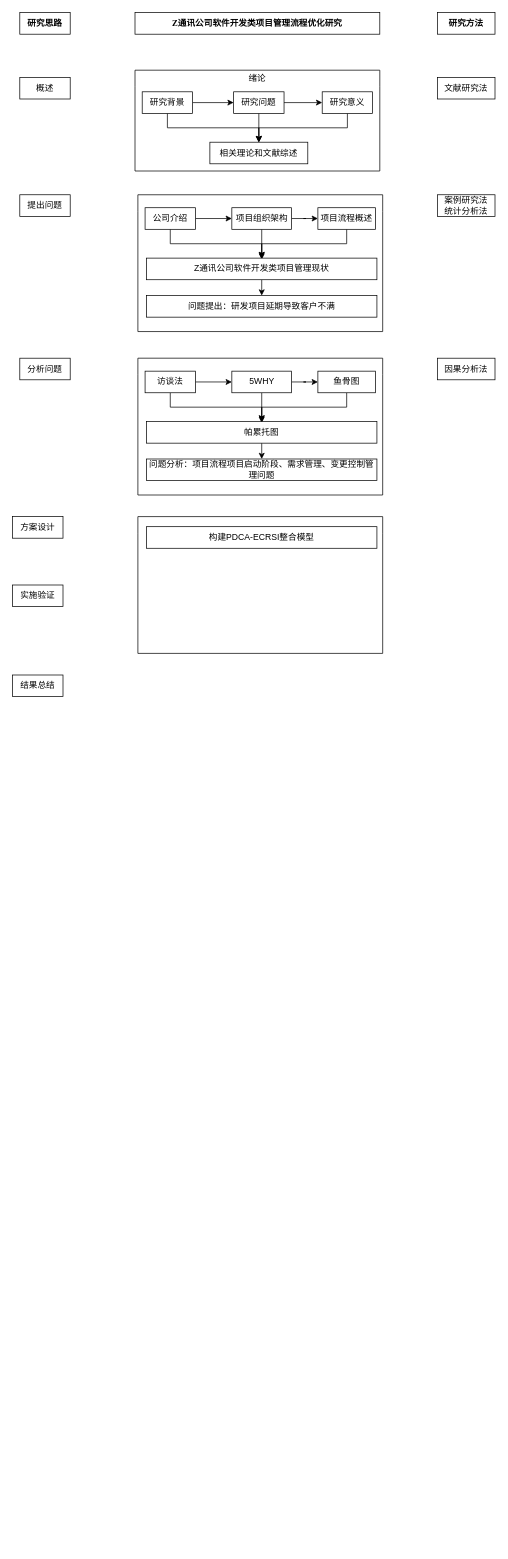
Above: 技术路线图.drawio in zhengt666/homework (draw.io), before the change. Source tidied: cells renumbered, new cells numbered last; positions are measured from the earlier drawing's top-left corner, leaving out a move shared by most shapes. Both pictures are drawn from the tidied source at 72%, with x=0, y=0 at pixel (12, 12).
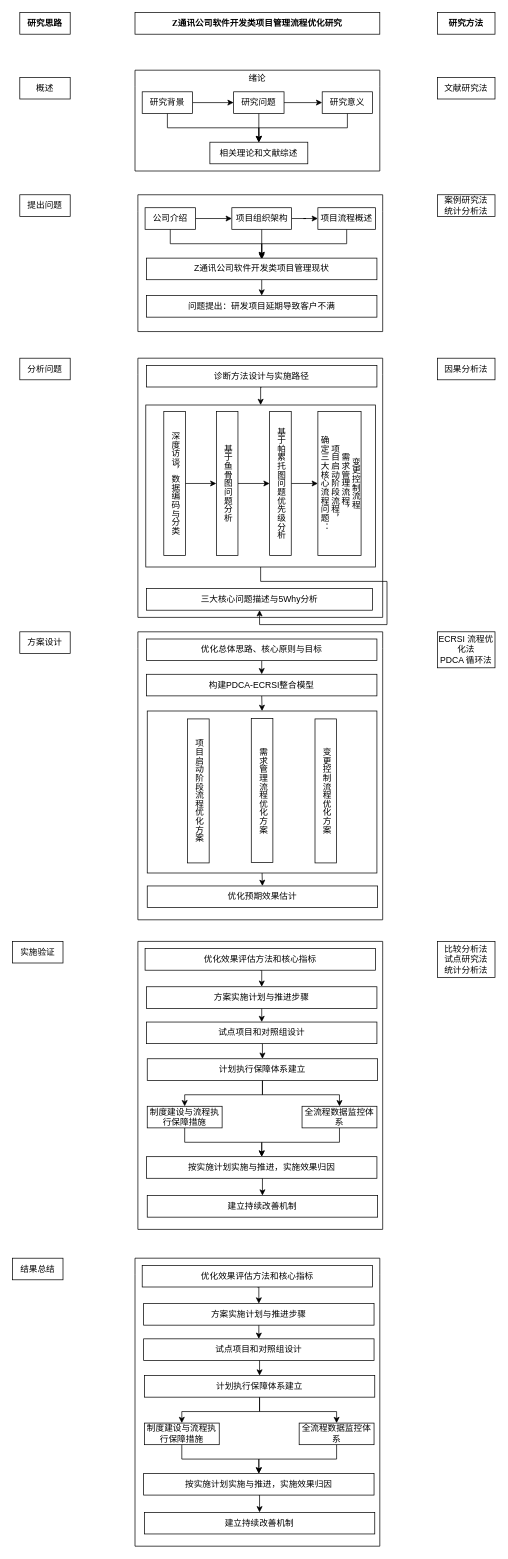
The same diagram, later.

Commit message:
更新技术路线图.drawio

Diff of the diagram source:
```diff
@@
     <mxCell id="9" value="实施验证" style="rounded=0;whiteSpace=wrap;html=1;" parent="1" vertex="1">
-      <mxGeometry y="795" width="70" height="30" as="geometry" />
+      <mxGeometry y="1290" width="70" height="30" as="geometry" />
     </mxCell>
     <mxCell id="10" value="结果总结" style="rounded=0;whiteSpace=wrap;html=1;" parent="1" vertex="1">
-      <mxGeometry y="920" width="70" height="30" as="geometry" />
+      <mxGeometry y="1730" width="70" height="30" as="geometry" />
     </mxCell>
@@
     <mxCell id="21" value="方案设计" style="rounded=0;whiteSpace=wrap;html=1;" parent="1" vertex="1">
-      <mxGeometry y="700" width="70" height="30" as="geometry" />
+      <mxGeometry x="10" y="860" width="70" height="30" as="geometry" />
     </mxCell>
@@
     <mxCell id="35" style="swimlane;whiteSpace=wrap;html=1;startSize=23;backgroundOutline=0;fixedHeader=0;fillColor=none;swimlaneLine=0;" parent="1" vertex="1">
-      <mxGeometry x="174" y="480" width="340" height="190" as="geometry" />
+      <mxGeometry x="174" y="480" width="340" height="360" as="geometry" />
     </mxCell>
-    <mxCell id="36" style="edgeStyle=orthogonalEdgeStyle;rounded=0;jettySize=auto;html=1;fontFamily=Helvetica;fontSize=12;fontColor=default;fontStyle=1;" parent="35" edge="1" source="38" target="41">
-      <mxGeometry relative="1" as="geometry" />
-    </mxCell>
-    <mxCell id="37" style="edgeStyle=orthogonalEdgeStyle;rounded=0;jettySize=auto;html=1;exitX=0.5;exitY=1;exitDx=0;exitDy=0;fontFamily=Helvetica;fontSize=12;fontColor=default;fontStyle=1;" parent="35" edge="1" source="38" target="45">
-      <mxGeometry relative="1" as="geometry" />
-    </mxCell>
-    <mxCell id="38" value="访谈法" style="rounded=0;whiteSpace=wrap;html=1;" parent="35" vertex="1">
-      <mxGeometry x="10" y="18" width="70" height="30" as="geometry" />
-    </mxCell>
-    <mxCell id="39" style="edgeStyle=orthogonalEdgeStyle;rounded=0;jettySize=auto;html=1;fontFamily=Helvetica;fontSize=12;fontColor=default;fontStyle=1;" parent="35" edge="1" source="41" target="43">
-      <mxGeometry relative="1" as="geometry" />
-    </mxCell>
-    <mxCell id="40" style="edgeStyle=orthogonalEdgeStyle;rounded=0;jettySize=auto;html=1;exitX=0.5;exitY=1;exitDx=0;exitDy=0;fontFamily=Helvetica;fontSize=12;fontColor=default;fontStyle=1;" parent="35" edge="1" source="41">
-      <mxGeometry relative="1" as="geometry">
-        <mxPoint x="172" y="90" as="targetPoint" />
-      </mxGeometry>
-    </mxCell>
-    <mxCell id="41" value="5WHY" style="rounded=0;whiteSpace=wrap;html=1;" parent="35" vertex="1">
-      <mxGeometry x="130.5" y="18" width="83" height="30" as="geometry" />
-    </mxCell>
-    <mxCell id="42" style="edgeStyle=orthogonalEdgeStyle;rounded=0;jettySize=auto;html=1;exitX=0.5;exitY=1;exitDx=0;exitDy=0;entryX=0.5;entryY=0;entryDx=0;entryDy=0;fontFamily=Helvetica;fontSize=12;fontColor=default;fontStyle=1;" parent="35" edge="1" source="43" target="45">
-      <mxGeometry relative="1" as="geometry" />
-    </mxCell>
-    <mxCell id="43" value="鱼骨图" style="rounded=0;whiteSpace=wrap;html=1;" parent="35" vertex="1">
-      <mxGeometry x="250" y="18" width="80" height="30" as="geometry" />
-    </mxCell>
-    <mxCell id="44" style="edgeStyle=orthogonalEdgeStyle;rounded=0;jettySize=auto;html=1;exitX=0.5;exitY=1;exitDx=0;exitDy=0;entryX=0.5;entryY=0;entryDx=0;entryDy=0;fontFamily=Helvetica;fontSize=12;fontColor=default;fontStyle=1;" parent="35" edge="1" source="45" target="46">
-      <mxGeometry relative="1" as="geometry" />
-    </mxCell>
-    <mxCell id="45" value="帕累托图" style="rounded=0;whiteSpace=wrap;html=1;" parent="35" vertex="1">
-      <mxGeometry x="12" y="88" width="320" height="30" as="geometry" />
-    </mxCell>
-    <mxCell id="46" value="问题分析：项目流程项目启动阶段、需求管理、变更控制管理问题" style="rounded=0;whiteSpace=wrap;html=1;" parent="35" vertex="1">
-      <mxGeometry x="12" y="140" width="320" height="30" as="geometry" />
-    </mxCell>
+    <mxCell id="50" style="edgeStyle=orthogonalEdgeStyle;rounded=0;jettySize=auto;html=1;exitX=0.5;exitY=1;exitDx=0;exitDy=0;entryX=0.5;entryY=0;entryDx=0;entryDy=0;" parent="35" edge="1" source="51" target="61">
+      <mxGeometry relative="1" as="geometry" />
+    </mxCell>
+    <mxCell id="51" style="rounded=0;whiteSpace=wrap;html=1;" parent="35" vertex="1">
+      <mxGeometry x="11" y="65" width="319" height="225" as="geometry" />
+    </mxCell>
+    <mxCell id="52" style="edgeStyle=orthogonalEdgeStyle;rounded=0;jettySize=auto;html=1;exitX=0.5;exitY=1;exitDx=0;exitDy=0;entryX=0.5;entryY=0;entryDx=0;entryDy=0;" parent="35" edge="1" source="53" target="51">
+      <mxGeometry relative="1" as="geometry" />
+    </mxCell>
+    <mxCell id="53" value="诊断方法设计与实施路径" style="rounded=0;whiteSpace=wrap;html=1;" parent="35" vertex="1">
+      <mxGeometry x="12" y="10" width="320" height="30" as="geometry" />
+    </mxCell>
+    <mxCell id="54" style="edgeStyle=orthogonalEdgeStyle;rounded=0;jettySize=auto;html=1;exitX=0.5;exitY=0;exitDx=0;exitDy=0;entryX=0.5;entryY=1;entryDx=0;entryDy=0;" parent="35" edge="1" source="55" target="57">
+      <mxGeometry relative="1" as="geometry" />
+    </mxCell>
+    <mxCell id="55" value="深度访谈，数据编码与分类" style="rounded=0;whiteSpace=wrap;html=1;direction=south;textDirection=vertical-lr;" parent="35" vertex="1">
+      <mxGeometry x="36" y="74" width="30" height="200" as="geometry" />
+    </mxCell>
+    <mxCell id="56" style="edgeStyle=orthogonalEdgeStyle;rounded=0;jettySize=auto;html=1;exitX=0.5;exitY=0;exitDx=0;exitDy=0;entryX=0.5;entryY=1;entryDx=0;entryDy=0;" parent="35" edge="1" source="57" target="59">
+      <mxGeometry relative="1" as="geometry" />
+    </mxCell>
+    <mxCell id="57" value="基于鱼骨图问题分析" style="rounded=0;whiteSpace=wrap;html=1;direction=south;textDirection=vertical-lr;" parent="35" vertex="1">
+      <mxGeometry x="109" y="74" width="30" height="200" as="geometry" />
+    </mxCell>
+    <mxCell id="58" style="edgeStyle=orthogonalEdgeStyle;rounded=0;jettySize=auto;html=1;exitX=0.5;exitY=0;exitDx=0;exitDy=0;entryX=0.5;entryY=1;entryDx=0;entryDy=0;" parent="35" edge="1" source="59" target="60">
+      <mxGeometry relative="1" as="geometry" />
+    </mxCell>
+    <mxCell id="59" value="基于帕累托图问题优先级分析" style="rounded=0;whiteSpace=wrap;html=1;direction=south;textDirection=vertical-lr;" parent="35" vertex="1">
+      <mxGeometry x="183" y="74" width="30" height="200" as="geometry" />
+    </mxCell>
+    <mxCell id="60" value="确定三大核心流程问题：&lt;div&gt;项目启动阶段流程，&lt;/div&gt;&lt;div&gt;需求管理流程，&lt;/div&gt;&lt;div&gt;变更控制流程&lt;/div&gt;" style="rounded=0;whiteSpace=wrap;html=1;direction=south;textDirection=vertical-lr;" parent="35" vertex="1">
+      <mxGeometry x="250" y="74" width="60" height="200" as="geometry" />
+    </mxCell>
+    <mxCell id="61" value="三大核心问题描述与5Why分析" style="rounded=0;whiteSpace=wrap;html=1;direction=west;flipH=1;legacyAnchorPoints=0;flipV=1;" parent="35" vertex="1">
+      <mxGeometry x="12" y="320" width="314" height="30" as="geometry" />
+    </mxCell>
@@
     <mxCell id="48" style="swimlane;whiteSpace=wrap;html=1;startSize=23;backgroundOutline=0;fixedHeader=0;fillColor=none;swimlaneLine=0;" parent="1" vertex="1">
-      <mxGeometry x="174" y="700" width="340" height="190" as="geometry" />
+      <mxGeometry x="174" y="860" width="340" height="400" as="geometry" />
     </mxCell>
+    <mxCell id="62" style="edgeStyle=orthogonalEdgeStyle;rounded=0;jettySize=auto;html=1;exitX=0.5;exitY=1;exitDx=0;exitDy=0;entryX=0.5;entryY=0;entryDx=0;entryDy=0;" parent="48" edge="1" source="49" target="68">
+      <mxGeometry relative="1" as="geometry" />
+    </mxCell>
     <mxCell id="49" value="构建PDCA-ECRSI整合模型" style="rounded=0;whiteSpace=wrap;html=1;" parent="48" vertex="1">
-      <mxGeometry x="12" y="14" width="320" height="30" as="geometry" />
+      <mxGeometry x="12" y="59" width="320" height="30" as="geometry" />
     </mxCell>
+    <mxCell id="63" style="edgeStyle=orthogonalEdgeStyle;rounded=0;jettySize=auto;html=1;exitX=0.5;exitY=1;exitDx=0;exitDy=0;entryX=0.5;entryY=0;entryDx=0;entryDy=0;" parent="48" edge="1" source="64" target="49">
+      <mxGeometry relative="1" as="geometry" />
+    </mxCell>
+    <mxCell id="64" value="&lt;font face=&quot;Helvetica&quot;&gt;优化总体思路、核心原则与目标&lt;/font&gt;" style="rounded=0;whiteSpace=wrap;html=1;" parent="48" vertex="1">
+      <mxGeometry x="12" y="10" width="320" height="30" as="geometry" />
+    </mxCell>
+    <mxCell id="65" value="优化预期效果估计" style="rounded=0;whiteSpace=wrap;html=1;" parent="48" vertex="1">
+      <mxGeometry x="13" y="353" width="320" height="30" as="geometry" />
+    </mxCell>
+    <mxCell id="66" style="group;" parent="48" vertex="1">
+      <mxGeometry x="13" y="109" width="319" height="225" as="geometry" />
+    </mxCell>
+    <mxCell id="67" style="group;" parent="66" vertex="1">
+      <mxGeometry y="1" width="319" height="225" as="geometry" />
+    </mxCell>
+    <mxCell id="68" style="rounded=0;whiteSpace=wrap;html=1;" parent="67" vertex="1">
+      <mxGeometry width="319" height="225" as="geometry" />
+    </mxCell>
+    <mxCell id="69" value="项目启动阶段流程优化方案" style="rounded=0;whiteSpace=wrap;html=1;direction=south;textDirection=vertical-lr;" parent="67" vertex="1">
+      <mxGeometry x="56" y="11" width="30" height="200" as="geometry" />
+    </mxCell>
+    <mxCell id="70" value="需求管理流程优化方案" style="rounded=0;whiteSpace=wrap;html=1;direction=south;textDirection=vertical-lr;" parent="67" vertex="1">
+      <mxGeometry x="144.5" y="10.5" width="30" height="200" as="geometry" />
+    </mxCell>
+    <mxCell id="71" value="变更控制流程优化方案" style="rounded=0;whiteSpace=wrap;html=1;direction=south;textDirection=vertical-lr;" parent="67" vertex="1">
+      <mxGeometry x="233" y="11" width="30" height="200" as="geometry" />
+    </mxCell>
+    <mxCell id="72" style="edgeStyle=orthogonalEdgeStyle;rounded=0;jettySize=auto;html=1;exitX=0.5;exitY=1;exitDx=0;exitDy=0;entryX=0.5;entryY=0;entryDx=0;entryDy=0;" parent="48" edge="1" source="68" target="65">
+      <mxGeometry relative="1" as="geometry" />
+    </mxCell>
+    <mxCell id="73" value="ECRSI 流程优化法&lt;div&gt;PDCA 循环法&lt;/div&gt;" style="rounded=0;whiteSpace=wrap;html=1;" parent="1" vertex="1">
+      <mxGeometry x="590" y="860" width="80" height="50" as="geometry" />
+    </mxCell>
+    <mxCell id="74" style="swimlane;whiteSpace=wrap;html=1;startSize=23;backgroundOutline=0;fixedHeader=0;fillColor=none;swimlaneLine=0;" parent="1" vertex="1">
+      <mxGeometry x="174" y="1290" width="340" height="400" as="geometry" />
+    </mxCell>
+    <mxCell id="75" style="edgeStyle=orthogonalEdgeStyle;rounded=0;jettySize=auto;html=1;exitX=0.5;exitY=1;exitDx=0;exitDy=0;entryX=0.5;entryY=0;entryDx=0;entryDy=0;" parent="74" edge="1" source="76" target="82">
+      <mxGeometry relative="1" as="geometry" />
+    </mxCell>
+    <mxCell id="76" value="试点项目和对照组设计" style="rounded=0;whiteSpace=wrap;html=1;" parent="74" vertex="1">
+      <mxGeometry x="12" y="112" width="320" height="30" as="geometry" />
+    </mxCell>
+    <mxCell id="77" style="edgeStyle=orthogonalEdgeStyle;rounded=0;jettySize=auto;html=1;exitX=0.5;exitY=1;exitDx=0;exitDy=0;entryX=0.5;entryY=0;entryDx=0;entryDy=0;" parent="74" edge="1" source="78" target="76">
+      <mxGeometry relative="1" as="geometry" />
+    </mxCell>
+    <mxCell id="78" value="&lt;font face=&quot;Helvetica&quot;&gt;方案实施计划与推进步骤&lt;/font&gt;" style="rounded=0;whiteSpace=wrap;html=1;" parent="74" vertex="1">
+      <mxGeometry x="12" y="63" width="320" height="30" as="geometry" />
+    </mxCell>
+    <mxCell id="79" value="建立持续改善机制" style="rounded=0;whiteSpace=wrap;html=1;" parent="74" vertex="1">
+      <mxGeometry x="13" y="353" width="320" height="30" as="geometry" />
+    </mxCell>
+    <mxCell id="80" style="edgeStyle=orthogonalEdgeStyle;rounded=0;jettySize=auto;html=1;exitX=0.5;exitY=1;exitDx=0;exitDy=0;entryX=0.5;entryY=0;entryDx=0;entryDy=0;" parent="74" edge="1" source="82" target="84">
+      <mxGeometry relative="1" as="geometry" />
+    </mxCell>
+    <mxCell id="81" style="edgeStyle=orthogonalEdgeStyle;rounded=0;jettySize=auto;html=1;exitX=0.5;exitY=1;exitDx=0;exitDy=0;entryX=0.5;entryY=0;entryDx=0;entryDy=0;" parent="74" edge="1" source="82" target="86">
+      <mxGeometry relative="1" as="geometry" />
+    </mxCell>
+    <mxCell id="82" value="计划执行保障体系建立" style="rounded=0;whiteSpace=wrap;html=1;" parent="74" vertex="1">
+      <mxGeometry x="13" y="163" width="320" height="30" as="geometry" />
+    </mxCell>
+    <mxCell id="83" style="edgeStyle=orthogonalEdgeStyle;rounded=0;jettySize=auto;html=1;exitX=0.5;exitY=1;exitDx=0;exitDy=0;" parent="74" edge="1" source="84" target="90">
+      <mxGeometry relative="1" as="geometry" />
+    </mxCell>
+    <mxCell id="84" value="&lt;font style=&quot;&quot; face=&quot;Helvetica&quot;&gt;制度建设与流程执行保障措施&lt;/font&gt;" style="rounded=0;whiteSpace=wrap;html=1;" parent="74" vertex="1">
+      <mxGeometry x="13" y="229" width="104" height="30" as="geometry" />
+    </mxCell>
+    <mxCell id="85" style="edgeStyle=orthogonalEdgeStyle;rounded=0;jettySize=auto;html=1;exitX=0.5;exitY=1;exitDx=0;exitDy=0;" parent="74" edge="1" source="86" target="90">
+      <mxGeometry relative="1" as="geometry" />
+    </mxCell>
+    <mxCell id="86" value="&lt;font style=&quot;&quot; face=&quot;Helvetica&quot;&gt;全流程数据监控体系&lt;/font&gt;" style="rounded=0;whiteSpace=wrap;html=1;" parent="74" vertex="1">
+      <mxGeometry x="228" y="229" width="104" height="30" as="geometry" />
+    </mxCell>
+    <mxCell id="87" style="edgeStyle=orthogonalEdgeStyle;rounded=0;jettySize=auto;html=1;exitX=0.5;exitY=1;exitDx=0;exitDy=0;entryX=0.5;entryY=0;entryDx=0;entryDy=0;" parent="74" edge="1" source="88" target="78">
+      <mxGeometry relative="1" as="geometry" />
+    </mxCell>
+    <mxCell id="88" value="&lt;font face=&quot;Helvetica&quot;&gt;优化效果评估方法和核心指标&lt;/font&gt;" style="rounded=0;whiteSpace=wrap;html=1;" parent="74" vertex="1">
+      <mxGeometry x="10" y="10" width="320" height="30" as="geometry" />
+    </mxCell>
+    <mxCell id="89" style="edgeStyle=orthogonalEdgeStyle;rounded=0;jettySize=auto;html=1;exitX=0.5;exitY=1;exitDx=0;exitDy=0;entryX=0.5;entryY=0;entryDx=0;entryDy=0;" parent="74" edge="1" source="90" target="79">
+      <mxGeometry relative="1" as="geometry" />
+    </mxCell>
+    <mxCell id="90" value="按实施计划实施与推进，实施效果归因" style="rounded=0;whiteSpace=wrap;html=1;" parent="74" vertex="1">
+      <mxGeometry x="12" y="299" width="320" height="30" as="geometry" />
+    </mxCell>
+    <mxCell id="91" value="比较分析法&lt;div&gt;试点研究法&lt;/div&gt;&lt;div&gt;统计分析法&lt;/div&gt;" style="rounded=0;whiteSpace=wrap;html=1;" parent="1" vertex="1">
+      <mxGeometry x="590" y="1290" width="80" height="50" as="geometry" />
+    </mxCell>
+    <mxCell id="92" style="swimlane;whiteSpace=wrap;html=1;startSize=23;backgroundOutline=0;fixedHeader=0;fillColor=none;swimlaneLine=0;" parent="1" vertex="1">
+      <mxGeometry x="170" y="1730" width="340" height="400" as="geometry" />
+    </mxCell>
+    <mxCell id="93" style="edgeStyle=orthogonalEdgeStyle;rounded=0;jettySize=auto;html=1;exitX=0.5;exitY=1;exitDx=0;exitDy=0;entryX=0.5;entryY=0;entryDx=0;entryDy=0;" parent="92" edge="1" source="94" target="100">
+      <mxGeometry relative="1" as="geometry" />
+    </mxCell>
+    <mxCell id="94" value="试点项目和对照组设计" style="rounded=0;whiteSpace=wrap;html=1;" parent="92" vertex="1">
+      <mxGeometry x="12" y="112" width="320" height="30" as="geometry" />
+    </mxCell>
+    <mxCell id="95" style="edgeStyle=orthogonalEdgeStyle;rounded=0;jettySize=auto;html=1;exitX=0.5;exitY=1;exitDx=0;exitDy=0;entryX=0.5;entryY=0;entryDx=0;entryDy=0;" parent="92" edge="1" source="96" target="94">
+      <mxGeometry relative="1" as="geometry" />
+    </mxCell>
+    <mxCell id="96" value="&lt;font face=&quot;Helvetica&quot;&gt;方案实施计划与推进步骤&lt;/font&gt;" style="rounded=0;whiteSpace=wrap;html=1;" parent="92" vertex="1">
+      <mxGeometry x="12" y="63" width="320" height="30" as="geometry" />
+    </mxCell>
+    <mxCell id="97" value="建立持续改善机制" style="rounded=0;whiteSpace=wrap;html=1;" parent="92" vertex="1">
+      <mxGeometry x="13" y="353" width="320" height="30" as="geometry" />
+    </mxCell>
+    <mxCell id="98" style="edgeStyle=orthogonalEdgeStyle;rounded=0;jettySize=auto;html=1;exitX=0.5;exitY=1;exitDx=0;exitDy=0;entryX=0.5;entryY=0;entryDx=0;entryDy=0;" parent="92" edge="1" source="100" target="102">
+      <mxGeometry relative="1" as="geometry" />
+    </mxCell>
+    <mxCell id="99" style="edgeStyle=orthogonalEdgeStyle;rounded=0;jettySize=auto;html=1;exitX=0.5;exitY=1;exitDx=0;exitDy=0;entryX=0.5;entryY=0;entryDx=0;entryDy=0;" parent="92" edge="1" source="100" target="104">
+      <mxGeometry relative="1" as="geometry" />
+    </mxCell>
+    <mxCell id="100" value="计划执行保障体系建立" style="rounded=0;whiteSpace=wrap;html=1;" parent="92" vertex="1">
+      <mxGeometry x="13" y="163" width="320" height="30" as="geometry" />
+    </mxCell>
+    <mxCell id="101" style="edgeStyle=orthogonalEdgeStyle;rounded=0;jettySize=auto;html=1;exitX=0.5;exitY=1;exitDx=0;exitDy=0;" parent="92" edge="1" source="102" target="108">
+      <mxGeometry relative="1" as="geometry" />
+    </mxCell>
+    <mxCell id="102" value="&lt;font style=&quot;&quot; face=&quot;Helvetica&quot;&gt;制度建设与流程执行保障措施&lt;/font&gt;" style="rounded=0;whiteSpace=wrap;html=1;" parent="92" vertex="1">
+      <mxGeometry x="13" y="229" width="104" height="30" as="geometry" />
+    </mxCell>
+    <mxCell id="103" style="edgeStyle=orthogonalEdgeStyle;rounded=0;jettySize=auto;html=1;exitX=0.5;exitY=1;exitDx=0;exitDy=0;" parent="92" edge="1" source="104" target="108">
+      <mxGeometry relative="1" as="geometry" />
+    </mxCell>
+    <mxCell id="104" value="&lt;font style=&quot;&quot; face=&quot;Helvetica&quot;&gt;全流程数据监控体系&lt;/font&gt;" style="rounded=0;whiteSpace=wrap;html=1;" parent="92" vertex="1">
+      <mxGeometry x="228" y="229" width="104" height="30" as="geometry" />
+    </mxCell>
+    <mxCell id="105" style="edgeStyle=orthogonalEdgeStyle;rounded=0;jettySize=auto;html=1;exitX=0.5;exitY=1;exitDx=0;exitDy=0;entryX=0.5;entryY=0;entryDx=0;entryDy=0;" parent="92" edge="1" source="106" target="96">
+      <mxGeometry relative="1" as="geometry" />
+    </mxCell>
+    <mxCell id="106" value="&lt;font face=&quot;Helvetica&quot;&gt;优化效果评估方法和核心指标&lt;/font&gt;" style="rounded=0;whiteSpace=wrap;html=1;" parent="92" vertex="1">
+      <mxGeometry x="10" y="10" width="320" height="30" as="geometry" />
+    </mxCell>
+    <mxCell id="107" style="edgeStyle=orthogonalEdgeStyle;rounded=0;jettySize=auto;html=1;exitX=0.5;exitY=1;exitDx=0;exitDy=0;entryX=0.5;entryY=0;entryDx=0;entryDy=0;" parent="92" edge="1" source="108" target="97">
+      <mxGeometry relative="1" as="geometry" />
+    </mxCell>
+    <mxCell id="108" value="按实施计划实施与推进，实施效果归因" style="rounded=0;whiteSpace=wrap;html=1;" parent="92" vertex="1">
+      <mxGeometry x="12" y="299" width="320" height="30" as="geometry" />
+    </mxCell>
```
